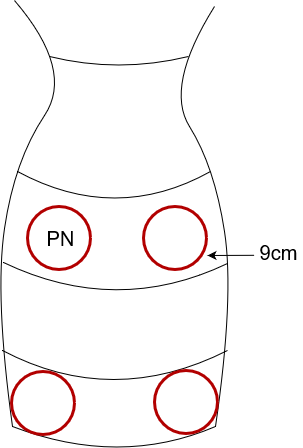
This is Diagram bez tytułu3.png from adamski83/sklep, a draw.io export, as it was before one commit. Source tidied: cells renumbered, new cells last; positions are measured from the earlier drawing's top-left corner, leaving out a move shared by most shapes. Source of this version:
```xml
<mxGraphModel>
  <root>
    <mxCell id="0" />
    <mxCell id="1" parent="0" />
    <mxCell id="2" style="endArrow=none;html=1;strokeColor=#000000;strokeWidth=1;curved=1;" parent="1" edge="1">
      <mxGeometry relative="1" as="geometry">
        <mxPoint x="221" y="426" as="sourcePoint" />
        <mxPoint x="220" y="6" as="targetPoint" />
        <Array as="points">
          <mxPoint x="240" y="296" />
          <mxPoint x="220" y="166" />
          <mxPoint x="170" y="86" />
        </Array>
      </mxGeometry>
    </mxCell>
    <mxCell id="3" style="endArrow=none;html=1;strokeColor=#000000;strokeWidth=1;curved=1;" parent="1" edge="1">
      <mxGeometry relative="1" as="geometry">
        <mxPoint x="18" y="426" as="sourcePoint" />
        <mxPoint x="20" as="targetPoint" />
        <Array as="points">
          <mxPoint y="296" />
          <mxPoint x="20" y="160" />
          <mxPoint x="80" y="70" />
        </Array>
      </mxGeometry>
    </mxCell>
    <mxCell id="4" style="endArrow=none;html=1;strokeColor=#000000;strokeWidth=1;spacing=1;jumpSize=1;curved=1;" parent="1" edge="1">
      <mxGeometry relative="1" as="geometry">
        <mxPoint x="55" y="56" as="sourcePoint" />
        <mxPoint x="194" y="56" as="targetPoint" />
        <Array as="points">
          <mxPoint x="124" y="73" />
        </Array>
      </mxGeometry>
    </mxCell>
    <mxCell id="5" style="endArrow=none;html=1;strokeColor=#000000;strokeWidth=1;curved=1;" parent="1" edge="1">
      <mxGeometry relative="1" as="geometry">
        <mxPoint x="18" y="426" as="sourcePoint" />
        <mxPoint x="221" y="426" as="targetPoint" />
        <Array as="points">
          <mxPoint x="125" y="467" />
        </Array>
      </mxGeometry>
    </mxCell>
    <mxCell id="6" style="endArrow=none;html=1;strokeColor=#000000;strokeWidth=1;curved=1;" parent="1" edge="1">
      <mxGeometry relative="1" as="geometry">
        <mxPoint x="8" y="350" as="sourcePoint" />
        <mxPoint x="233" y="350" as="targetPoint" />
        <Array as="points">
          <mxPoint x="118" y="408" />
        </Array>
      </mxGeometry>
    </mxCell>
    <mxCell id="7" style="endArrow=none;html=1;strokeColor=#000000;strokeWidth=1;curved=1;" parent="1" edge="1">
      <mxGeometry relative="1" as="geometry">
        <mxPoint x="9" y="262" as="sourcePoint" />
        <mxPoint x="233" y="263" as="targetPoint" />
        <Array as="points">
          <mxPoint x="122" y="316" />
        </Array>
      </mxGeometry>
    </mxCell>
    <mxCell id="8" style="endArrow=none;html=1;strokeColor=#000000;strokeWidth=1;curved=1;" parent="1" edge="1">
      <mxGeometry relative="1" as="geometry">
        <mxPoint x="23" y="171" as="sourcePoint" />
        <mxPoint x="216" y="171" as="targetPoint" />
        <Array as="points">
          <mxPoint x="121" y="224" />
        </Array>
      </mxGeometry>
    </mxCell>
    <mxCell id="9" style="ellipse;whiteSpace=wrap;html=1;rounded=0;sketch=0;strokeWidth=3;strokeColor=#B20000;fontColor=#ffffff;fillColor=none;" parent="1" vertex="1">
      <mxGeometry x="160" y="370" width="63" height="63" as="geometry" />
    </mxCell>
    <mxCell id="10" style="ellipse;whiteSpace=wrap;html=1;rounded=0;sketch=0;strokeWidth=3;strokeColor=#B20000;fontColor=#ffffff;fillColor=none;" parent="1" vertex="1">
      <mxGeometry x="17" y="371" width="63" height="63" as="geometry" />
    </mxCell>
    <mxCell id="11" style="ellipse;whiteSpace=wrap;html=1;rounded=0;sketch=0;strokeWidth=3;strokeColor=#B20000;fontColor=#ffffff;fillColor=none;" parent="1" vertex="1">
      <mxGeometry x="149" y="206" width="63" height="63" as="geometry" />
    </mxCell>
    <mxCell id="12" style="ellipse;whiteSpace=wrap;html=1;rounded=0;sketch=0;strokeWidth=3;strokeColor=#B20000;fontColor=#ffffff;fillColor=none;" parent="1" vertex="1">
      <mxGeometry x="33" y="206" width="63" height="63" as="geometry" />
    </mxCell>
    <mxCell id="13" value="PN" style="text;html=1;align=center;verticalAlign=middle;fontSize=20;" parent="1" vertex="1">
      <mxGeometry x="46" y="223" width="39" height="29" as="geometry" />
    </mxCell>
    <mxCell id="14" value="9cm" style="text;html=1;align=center;verticalAlign=middle;points=[];fontSize=20;" parent="1" vertex="1">
      <mxGeometry x="259" y="237" width="49" height="29" as="geometry" />
    </mxCell>
    <mxCell id="15" style="endArrow=classic;html=1;strokeColor=#000000;strokeWidth=1;fontSize=20;exitX=0.016;exitY=0.614;exitDx=0;exitDy=0;exitPerimeter=0;" parent="1" edge="1" source="14">
      <mxGeometry relative="1" as="geometry">
        <mxPoint x="213" y="255" as="targetPoint" />
      </mxGeometry>
    </mxCell>
  </root>
</mxGraphModel>
```
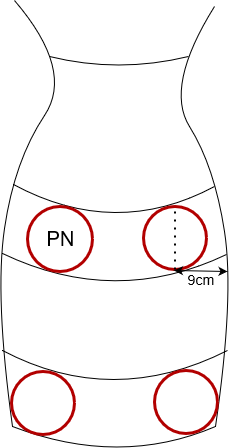
The same file after the commit.

What changed in the source:
```diff
@@ -53,19 +53,19 @@
     </mxCell>
     <mxCell id="7" style="endArrow=none;html=1;strokeColor=#000000;strokeWidth=1;curved=1;" parent="1" edge="1">
       <mxGeometry relative="1" as="geometry">
-        <mxPoint x="9" y="262" as="sourcePoint" />
-        <mxPoint x="233" y="263" as="targetPoint" />
+        <mxPoint x="8" y="253" as="sourcePoint" />
+        <mxPoint x="232" y="254" as="targetPoint" />
         <Array as="points">
-          <mxPoint x="122" y="316" />
+          <mxPoint x="121" y="307" />
         </Array>
       </mxGeometry>
     </mxCell>
     <mxCell id="8" style="endArrow=none;html=1;strokeColor=#000000;strokeWidth=1;curved=1;" parent="1" edge="1">
       <mxGeometry relative="1" as="geometry">
-        <mxPoint x="23" y="171" as="sourcePoint" />
-        <mxPoint x="216" y="171" as="targetPoint" />
+        <mxPoint x="19" y="184" as="sourcePoint" />
+        <mxPoint x="220" y="186" as="targetPoint" />
         <Array as="points">
-          <mxPoint x="121" y="224" />
+          <mxPoint x="121" y="239" />
         </Array>
       </mxGeometry>
     </mxCell>
@@ -79,18 +79,22 @@
       <mxGeometry x="149" y="206" width="63" height="63" as="geometry" />
     </mxCell>
     <mxCell id="12" style="ellipse;whiteSpace=wrap;html=1;rounded=0;sketch=0;strokeWidth=3;strokeColor=#B20000;fontColor=#ffffff;fillColor=none;" parent="1" vertex="1">
-      <mxGeometry x="33" y="206" width="63" height="63" as="geometry" />
+      <mxGeometry x="33" y="206" width="65" height="65" as="geometry" />
     </mxCell>
     <mxCell id="13" value="PN" style="text;html=1;align=center;verticalAlign=middle;fontSize=20;" parent="1" vertex="1">
       <mxGeometry x="46" y="223" width="39" height="29" as="geometry" />
     </mxCell>
-    <mxCell id="14" value="9cm" style="text;html=1;align=center;verticalAlign=middle;points=[];fontSize=20;" parent="1" vertex="1">
-      <mxGeometry x="259" y="237" width="49" height="29" as="geometry" />
+    <mxCell id="14" value="9cm" style="text;html=1;align=center;verticalAlign=middle;points=[];fontSize=14;" parent="1" vertex="1">
+      <mxGeometry x="187" y="268" width="37" height="22" as="geometry" />
     </mxCell>
-    <mxCell id="15" style="endArrow=classic;html=1;strokeColor=#000000;strokeWidth=1;fontSize=20;exitX=0.016;exitY=0.614;exitDx=0;exitDy=0;exitPerimeter=0;" parent="1" edge="1" source="14">
-      <mxGeometry relative="1" as="geometry">
-        <mxPoint x="213" y="255" as="targetPoint" />
-      </mxGeometry>
-    </mxCell>
+    <mxCell id="16" style="endArrow=classic;startArrow=classic;html=1;strokeWidth=1;" parent="1" edge="1">
+      <mxGeometry relative="1" as="geometry">
+        <mxPoint x="179.5" y="270" as="sourcePoint" />
+        <mxPoint x="233" y="271" as="targetPoint" />
+      </mxGeometry>
+    </mxCell>
+    <mxCell id="17" style="endArrow=none;dashed=1;html=1;dashPattern=1 3;strokeWidth=2;exitX=0.5;exitY=1;exitDx=0;exitDy=0;entryX=0.5;entryY=0;entryDx=0;entryDy=0;" parent="1" edge="1" source="11" target="11">
+      <mxGeometry relative="1" as="geometry" />
+    </mxCell>
   </root>
 </mxGraphModel>
```
